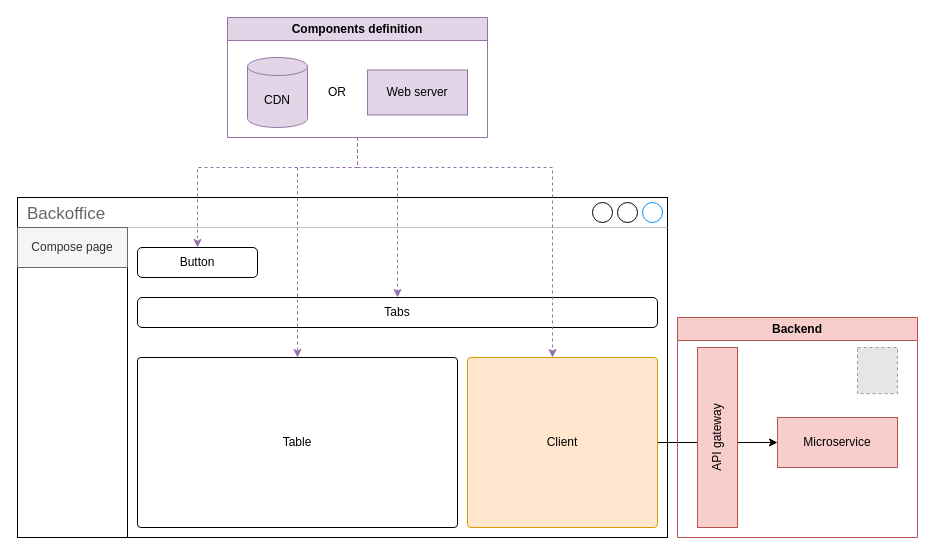
Earlier version of the draw.io diagram docs/microfrontend-composer/img/page-composition.drawio (mia-platform/documentation). Source tidied: cells renumbered, new cells numbered last; positions are measured from the earlier drawing's top-left corner, leaving out a move shared by most shapes. Both pictures are drawn from the tidied source at 100%, with x=0, y=0 at pixel (17, 17). Pictures stored in the file or linked from it are replaced by grey dashed boxes.
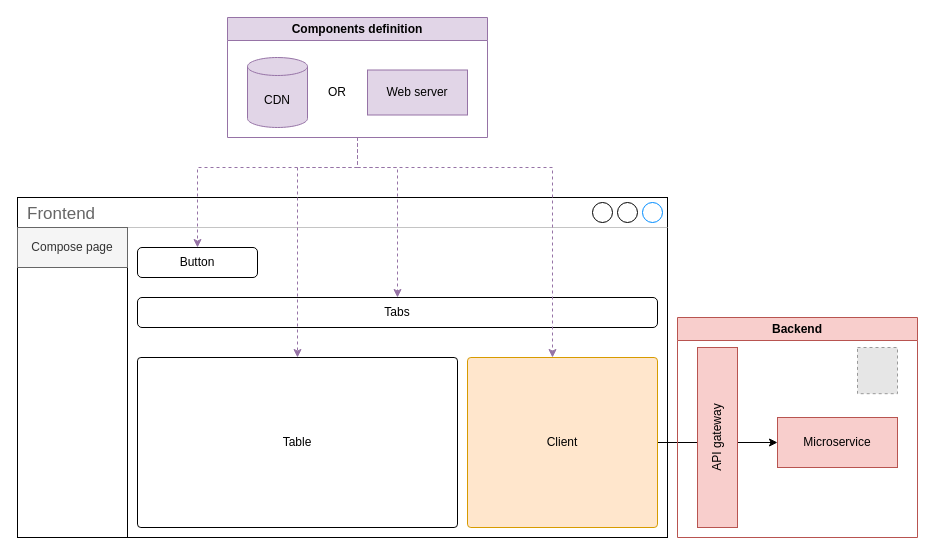
After the change.

The edit, as a diff of the source:
```diff
@@
-    <mxCell id="2" value="Backoffice" style="strokeWidth=1;shadow=0;dashed=0;align=center;html=1;shape=mxgraph.mockup.containers.window;align=left;verticalAlign=top;spacingLeft=8;strokeColor2=#008cff;strokeColor3=#c4c4c4;fontColor=#666666;mainText=;fontSize=17;labelBackgroundColor=none;" parent="1" vertex="1">
+    <mxCell id="2" value="Frontend" style="strokeWidth=1;shadow=0;dashed=0;align=center;html=1;shape=mxgraph.mockup.containers.window;align=left;verticalAlign=top;spacingLeft=8;strokeColor2=#008cff;strokeColor3=#c4c4c4;fontColor=#666666;mainText=;fontSize=17;labelBackgroundColor=none;" parent="1" vertex="1">
       <mxGeometry y="180" width="650" height="340" as="geometry" />
     </mxCell>
```
